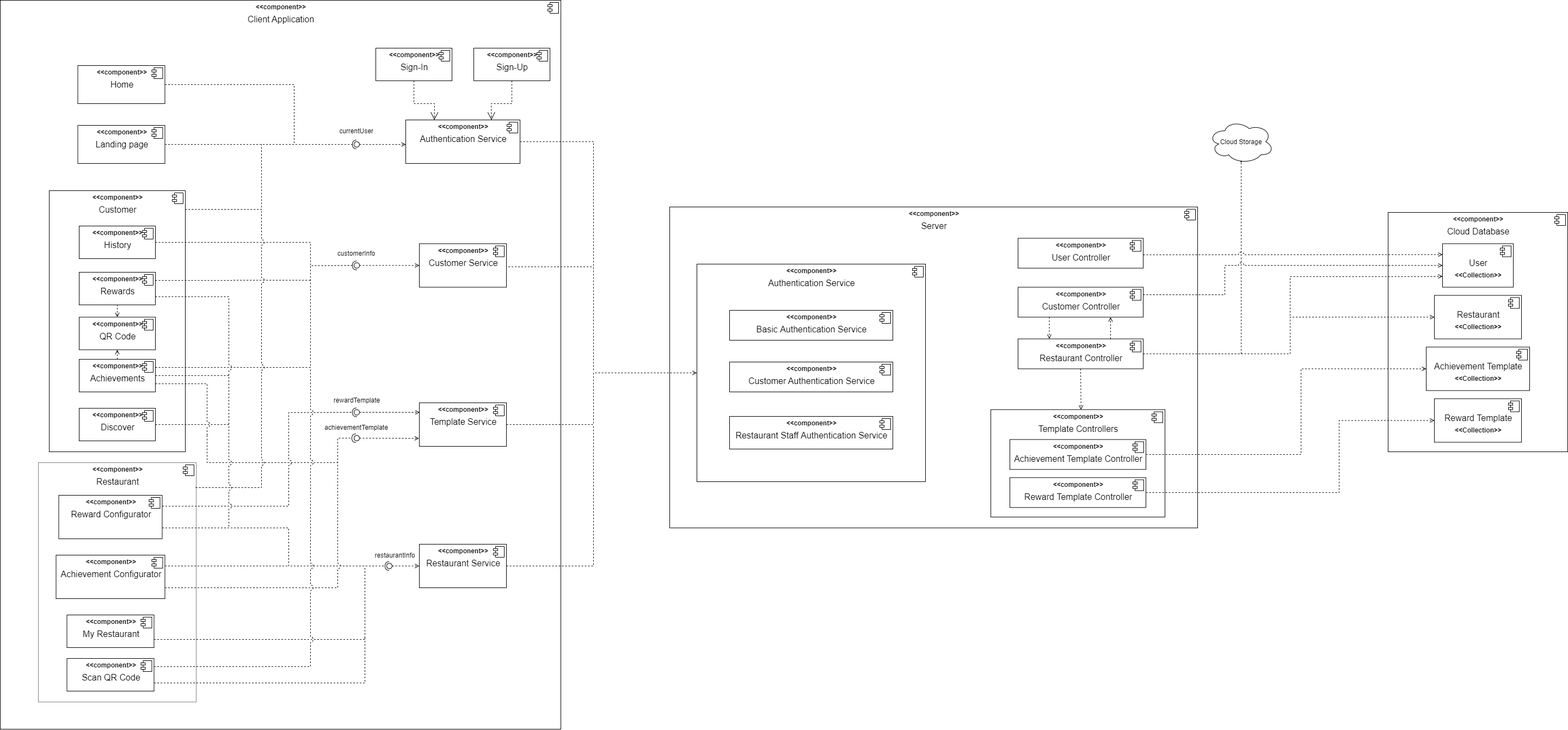
pravinthan/pick-easy keeps this draw.io diagram as Deliverable5/Architecture.png. Above is the earlier version. Source tidied: cells renumbered, new cells last; positions are measured from the earlier drawing's top-left corner, leaving out a move shared by most shapes.
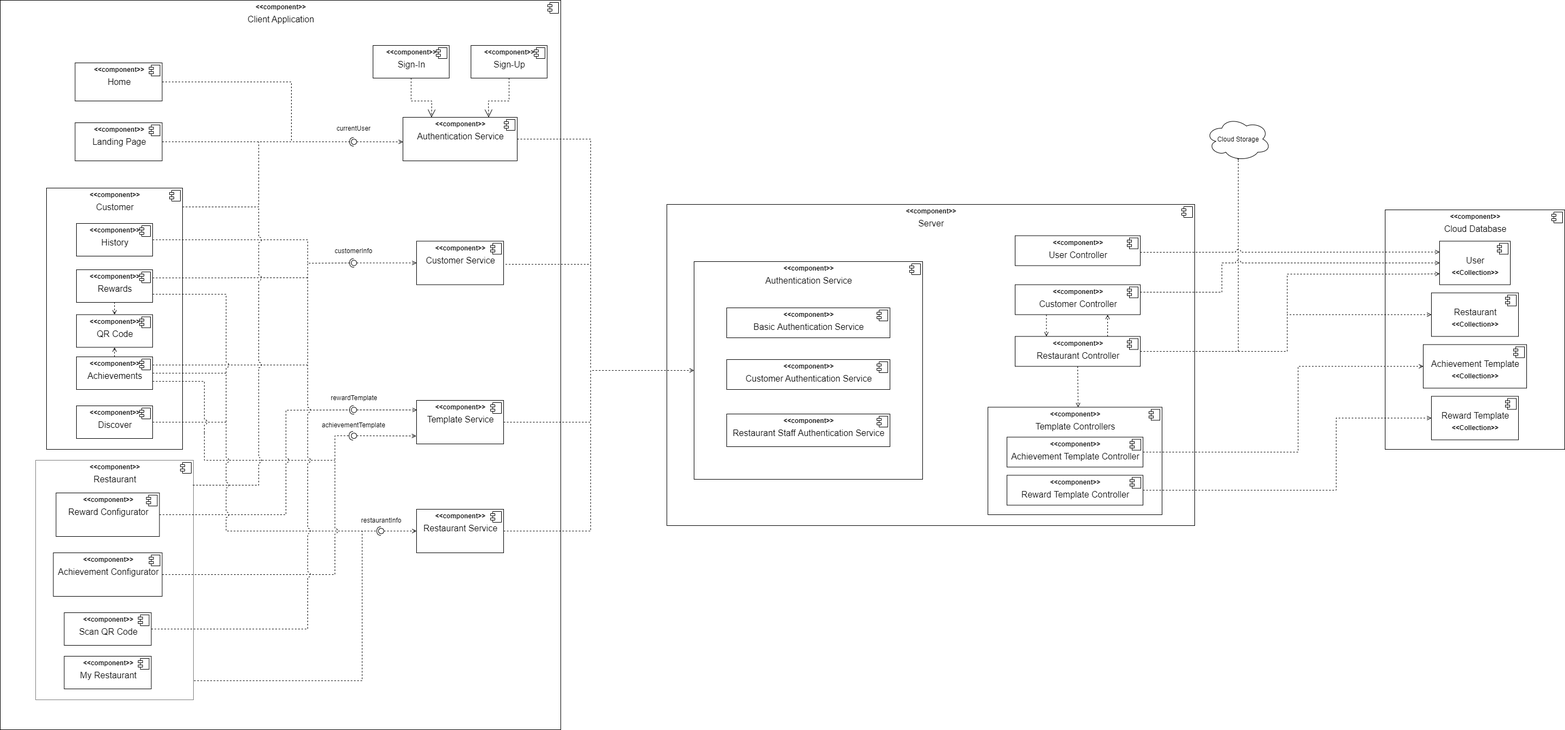
After the commit.

Commit message:
Updated Architecture in deliverable 5 folder

What changed in the source:
```diff
@@ -27,7 +27,7 @@
       </mxGeometry>
     </mxCell>
     <mxCell id="7" value="&lt;p style=&quot;margin: 0px ; margin-top: 6px ; text-align: center&quot;&gt;&lt;b&gt;&amp;lt;&amp;lt;component&amp;gt;&amp;gt;&lt;/b&gt;&lt;/p&gt;&lt;p style=&quot;margin: 6px 0px 0px ; text-align: center&quot;&gt;&lt;span style=&quot;font-size: 16px&quot;&gt;Client&lt;/span&gt;&lt;span style=&quot;font-size: 16px&quot;&gt;&amp;nbsp;Application&lt;/span&gt;&lt;/p&gt;" style="align=left;overflow=fill;html=1;" parent="1" vertex="1">
-      <mxGeometry width="1030" height="1340" as="geometry" />
+      <mxGeometry x="5" y="5" width="1030" height="1340" as="geometry" />
     </mxCell>
     <mxCell id="8" style="shape=component;jettyWidth=8;jettyHeight=4;" parent="7" vertex="1">
       <mxGeometry x="1" width="20" height="20" relative="1" as="geometry">
@@ -42,7 +42,7 @@
         <mxPoint x="-24" y="4" as="offset" />
       </mxGeometry>
     </mxCell>
-    <mxCell id="11" value="&lt;p style=&quot;margin: 0px ; margin-top: 6px ; text-align: center&quot;&gt;&lt;b&gt;&amp;lt;&amp;lt;component&amp;gt;&amp;gt;&lt;/b&gt;&lt;/p&gt;&lt;p style=&quot;margin: 6px 0px 0px ; text-align: center&quot;&gt;&lt;font style=&quot;font-size: 16px&quot;&gt;L&lt;/font&gt;&lt;span style=&quot;font-size: 16px&quot;&gt;anding page&lt;/span&gt;&lt;/p&gt;" style="align=left;overflow=fill;html=1;" parent="1" vertex="1">
+    <mxCell id="11" value="&lt;p style=&quot;margin: 0px ; margin-top: 6px ; text-align: center&quot;&gt;&lt;b&gt;&amp;lt;&amp;lt;component&amp;gt;&amp;gt;&lt;/b&gt;&lt;/p&gt;&lt;p style=&quot;margin: 6px 0px 0px ; text-align: center&quot;&gt;&lt;font style=&quot;font-size: 16px&quot;&gt;L&lt;/font&gt;&lt;span style=&quot;font-size: 16px&quot;&gt;anding Page&lt;/span&gt;&lt;/p&gt;" style="align=left;overflow=fill;html=1;" parent="1" vertex="1">
       <mxGeometry x="142.5" y="230" width="160" height="70" as="geometry" />
     </mxCell>
     <mxCell id="12" style="shape=component;jettyWidth=8;jettyHeight=4;" parent="11" vertex="1">
@@ -134,7 +134,7 @@
       </mxGeometry>
     </mxCell>
     <mxCell id="31" value="&lt;p style=&quot;margin: 0px ; margin-top: 6px ; text-align: center&quot;&gt;&lt;b&gt;&amp;lt;&amp;lt;component&amp;gt;&amp;gt;&lt;/b&gt;&lt;/p&gt;&lt;p style=&quot;margin: 6px 0px 0px ; text-align: center&quot;&gt;&lt;span style=&quot;font-size: 16px&quot;&gt;Restaurant Service&lt;/span&gt;&lt;/p&gt;" style="align=left;overflow=fill;html=1;" parent="1" vertex="1">
-      <mxGeometry x="770" y="1000" width="160" height="80" as="geometry" />
+      <mxGeometry x="770" y="940" width="160" height="80" as="geometry" />
     </mxCell>
     <mxCell id="32" style="shape=component;jettyWidth=8;jettyHeight=4;" parent="31" vertex="1">
       <mxGeometry x="1" width="20" height="20" relative="1" as="geometry">
@@ -239,13 +239,17 @@
       <mxGeometry x="650" y="482.5" width="10" height="10" as="geometry" />
     </mxCell>
     <mxCell id="53" style="edgeStyle=orthogonalEdgeStyle;rounded=0;jettySize=auto;html=1;entryX=0;entryY=0.5;entryDx=0;entryDy=0;endArrow=open;endFill=0;dashed=1;" parent="1" edge="1" source="54" target="31">
-      <mxGeometry relative="1" as="geometry" />
+      <mxGeometry relative="1" as="geometry">
+        <Array as="points">
+          <mxPoint x="715" y="980" />
+        </Array>
+      </mxGeometry>
     </mxCell>
     <mxCell id="54" style="ellipse;whiteSpace=wrap;html=1;fontFamily=Helvetica;fontSize=12;fontColor=#000000;align=center;strokeColor=#000000;fillColor=#ffffff;points=[];" parent="1" vertex="1">
-      <mxGeometry x="710" y="1035" width="10" height="10" as="geometry" />
+      <mxGeometry x="700" y="975" width="10" height="10" as="geometry" />
     </mxCell>
     <mxCell id="55" value="restaurantInfo" style="text;html=1;align=center;verticalAlign=middle;" parent="1" vertex="1">
-      <mxGeometry x="680" y="1010" width="90" height="20" as="geometry" />
+      <mxGeometry x="660" y="950" width="90" height="20" as="geometry" />
     </mxCell>
     <mxCell id="56" style="rounded=0;jettySize=auto;html=1;endArrow=open;endFill=0;strokeColor=#000000;dashed=1;entryX=0.004;entryY=0.22;entryDx=0;entryDy=0;entryPerimeter=0;" parent="1" edge="1" source="57" target="28">
       <mxGeometry relative="1" as="geometry" />
@@ -294,12 +298,7 @@
         <mxPoint x="-24" y="4" as="offset" />
       </mxGeometry>
     </mxCell>
-    <mxCell id="69" style="edgeStyle=orthogonalEdgeStyle;rounded=0;jettySize=auto;html=1;exitX=1;exitY=0.75;exitDx=0;exitDy=0;endArrow=none;endFill=0;dashed=1;jumpStyle=arc;" parent="1" edge="1" source="70">
-      <mxGeometry relative="1" as="geometry">
-        <mxPoint x="670" y="1040" as="targetPoint" />
-      </mxGeometry>
-    </mxCell>
-    <mxCell id="70" value="&lt;p style=&quot;margin: 0px ; margin-top: 6px ; text-align: center&quot;&gt;&lt;b&gt;&amp;lt;&amp;lt;component&amp;gt;&amp;gt;&lt;/b&gt;&lt;/p&gt;&lt;p style=&quot;margin: 6px 0px 0px ; text-align: center&quot;&gt;&lt;span style=&quot;font-size: 16px&quot;&gt;My Restaurant&lt;/span&gt;&lt;/p&gt;" style="align=left;overflow=fill;html=1;" parent="1" vertex="1">
+    <mxCell id="70" value="&lt;p style=&quot;margin: 0px ; margin-top: 6px ; text-align: center&quot;&gt;&lt;b&gt;&amp;lt;&amp;lt;component&amp;gt;&amp;gt;&lt;/b&gt;&lt;/p&gt;&lt;p style=&quot;margin: 6px 0px 0px ; text-align: center&quot;&gt;&lt;span style=&quot;font-size: 16px&quot;&gt;Scan QR Code&lt;/span&gt;&lt;br&gt;&lt;/p&gt;" style="align=left;overflow=fill;html=1;" parent="1" vertex="1">
       <mxGeometry x="122.5" y="1130" width="160" height="60" as="geometry" />
     </mxCell>
     <mxCell id="71" style="shape=component;jettyWidth=8;jettyHeight=4;" parent="70" vertex="1">
@@ -307,14 +306,6 @@
         <mxPoint x="-24" y="4" as="offset" />
       </mxGeometry>
     </mxCell>
-    <mxCell id="72" style="edgeStyle=orthogonalEdgeStyle;rounded=0;jettySize=auto;html=1;endArrow=none;endFill=0;strokeColor=#000000;jumpStyle=arc;jumpSize=10;dashed=1;exitX=1;exitY=0.25;exitDx=0;exitDy=0;" parent="1" edge="1" source="44">
-      <mxGeometry relative="1" as="geometry">
-        <mxPoint x="530" y="1040" as="targetPoint" />
-        <Array as="points">
-          <mxPoint x="530" y="1040" />
-        </Array>
-      </mxGeometry>
-    </mxCell>
     <mxCell id="73" style="edgeStyle=orthogonalEdgeStyle;rounded=0;jettySize=auto;html=1;exitX=1;exitY=0.554;exitDx=0;exitDy=0;entryX=0;entryY=0.25;entryDx=0;entryDy=0;dashed=1;endArrow=open;endFill=0;jumpStyle=arc;jumpSize=10;exitPerimeter=0;" parent="1" edge="1" source="74" target="61">
       <mxGeometry relative="1" as="geometry" />
     </mxCell>
@@ -455,12 +446,12 @@
     <mxCell id="104" style="ellipse;whiteSpace=wrap;html=1;fontFamily=Helvetica;fontSize=12;fontColor=#000000;align=center;strokeColor=#000000;fillColor=#ffffff;points=[];" parent="1" vertex="1">
       <mxGeometry x="650" y="800" width="10" height="10" as="geometry" />
     </mxCell>
-    <mxCell id="105" style="rounded=0;jettySize=auto;html=1;endArrow=halfCircle;endFill=0;endSize=6;strokeWidth=1;exitX=1;exitY=0.75;exitDx=0;exitDy=0;jumpStyle=arc;jumpSize=10;dashed=1;" parent="1" edge="1" source="46">
+    <mxCell id="105" style="rounded=0;orthogonalLoop=1;jettySize=auto;html=1;endArrow=halfCircle;endFill=0;endSize=6;strokeWidth=1;jumpStyle=arc;jumpSize=10;dashed=1;" parent="1" edge="1">
       <mxGeometry relative="1" as="geometry">
-        <mxPoint x="715" y="1040" as="targetPoint" />
+        <mxPoint x="420" y="970" as="sourcePoint" />
+        <mxPoint x="705" y="980" as="targetPoint" />
         <Array as="points">
-          <mxPoint x="530" y="970" />
-          <mxPoint x="530" y="1040" />
+          <mxPoint x="420" y="980" />
         </Array>
       </mxGeometry>
     </mxCell>
@@ -475,15 +466,17 @@
         </Array>
       </mxGeometry>
     </mxCell>
-    <mxCell id="108" style="edgeStyle=orthogonalEdgeStyle;rounded=0;jumpStyle=arc;jettySize=auto;html=1;exitX=1;exitY=0.75;exitDx=0;exitDy=0;dashed=1;endArrow=none;endFill=0;" parent="1" edge="1" source="109">
+    <mxCell id="108" style="edgeStyle=orthogonalEdgeStyle;rounded=0;jumpStyle=arc;orthogonalLoop=1;jettySize=auto;html=1;dashed=1;endArrow=none;endFill=0;" parent="1" edge="1">
       <mxGeometry relative="1" as="geometry">
-        <mxPoint x="670" y="1170" as="targetPoint" />
+        <mxPoint x="361" y="1255" as="sourcePoint" />
+        <mxPoint x="670" y="980" as="targetPoint" />
         <Array as="points">
+          <mxPoint x="361" y="1255" />
           <mxPoint x="670" y="1255" />
         </Array>
       </mxGeometry>
     </mxCell>
-    <mxCell id="109" value="&lt;p style=&quot;margin: 0px ; margin-top: 6px ; text-align: center&quot;&gt;&lt;b&gt;&amp;lt;&amp;lt;component&amp;gt;&amp;gt;&lt;/b&gt;&lt;/p&gt;&lt;p style=&quot;margin: 6px 0px 0px ; text-align: center&quot;&gt;&lt;span style=&quot;font-size: 16px&quot;&gt;Scan QR Code&lt;/span&gt;&lt;/p&gt;" style="align=left;overflow=fill;html=1;" parent="1" vertex="1">
+    <mxCell id="109" value="&lt;p style=&quot;margin: 0px ; margin-top: 6px ; text-align: center&quot;&gt;&lt;b&gt;&amp;lt;&amp;lt;component&amp;gt;&amp;gt;&lt;/b&gt;&lt;/p&gt;&lt;p style=&quot;margin: 6px 0px 0px ; text-align: center&quot;&gt;&lt;span style=&quot;font-size: 16px&quot;&gt;My Restaurant&lt;/span&gt;&lt;/p&gt;" style="align=left;overflow=fill;html=1;" parent="1" vertex="1">
       <mxGeometry x="122.5" y="1210" width="160" height="60" as="geometry" />
     </mxCell>
     <mxCell id="110" style="shape=component;jettyWidth=8;jettyHeight=4;" parent="109" vertex="1">
@@ -557,10 +550,10 @@
         </Array>
       </mxGeometry>
     </mxCell>
-    <mxCell id="124" style="rounded=0;jettySize=auto;html=1;endArrow=halfCircle;endFill=0;entryX=0.5;entryY=0.5;entryDx=0;entryDy=0;endSize=6;strokeWidth=1;exitX=1;exitY=0.25;exitDx=0;exitDy=0;jumpStyle=arc;jumpSize=10;dashed=1;" parent="1" edge="1" source="46" target="57">
+    <mxCell id="124" style="rounded=0;jettySize=auto;html=1;endArrow=halfCircle;endFill=0;entryX=0.5;entryY=0.5;entryDx=0;entryDy=0;endSize=6;strokeWidth=1;exitX=1;exitY=0.5;exitDx=0;exitDy=0;jumpStyle=arc;jumpSize=10;dashed=1;" parent="1" edge="1" source="46" target="57">
       <mxGeometry relative="1" as="geometry">
         <Array as="points">
-          <mxPoint x="530" y="930" />
+          <mxPoint x="530" y="950" />
           <mxPoint x="530" y="758" />
         </Array>
       </mxGeometry>
@@ -570,15 +563,15 @@
         <mxPoint x="420" y="970" as="targetPoint" />
       </mxGeometry>
     </mxCell>
-    <mxCell id="126" style="rounded=0;jettySize=auto;html=1;endArrow=halfCircle;endFill=0;endSize=6;strokeWidth=1;exitX=1;exitY=0.75;exitDx=0;exitDy=0;jumpStyle=arc;jumpSize=10;dashed=1;edgeStyle=orthogonalEdgeStyle;entryX=0.4;entryY=0.5;entryDx=0;entryDy=0;entryPerimeter=0;" parent="1" edge="1" source="44" target="104">
+    <mxCell id="126" style="rounded=0;jettySize=auto;html=1;endArrow=halfCircle;endFill=0;endSize=6;strokeWidth=1;exitX=1;exitY=0.5;exitDx=0;exitDy=0;jumpStyle=arc;jumpSize=10;dashed=1;edgeStyle=orthogonalEdgeStyle;entryX=0.4;entryY=0.5;entryDx=0;entryDy=0;entryPerimeter=0;" parent="1" edge="1" source="44" target="104">
       <mxGeometry relative="1" as="geometry">
         <Array as="points">
-          <mxPoint x="620" y="1080" />
+          <mxPoint x="620" y="1060" />
           <mxPoint x="620" y="805" />
         </Array>
       </mxGeometry>
     </mxCell>
-    <mxCell id="127" style="edgeStyle=orthogonalEdgeStyle;rounded=0;jettySize=auto;html=1;exitX=1;exitY=0.25;exitDx=0;exitDy=0;dashed=1;endArrow=none;endFill=0;jumpStyle=arc;jumpSize=10;" parent="1" edge="1" source="109">
+    <mxCell id="127" style="edgeStyle=orthogonalEdgeStyle;rounded=0;jettySize=auto;html=1;exitX=1;exitY=0.5;exitDx=0;exitDy=0;dashed=1;endArrow=none;endFill=0;jumpStyle=arc;jumpSize=10;" parent="1" edge="1" source="70">
       <mxGeometry relative="1" as="geometry">
         <mxPoint x="570" y="675" as="targetPoint" />
       </mxGeometry>
```
